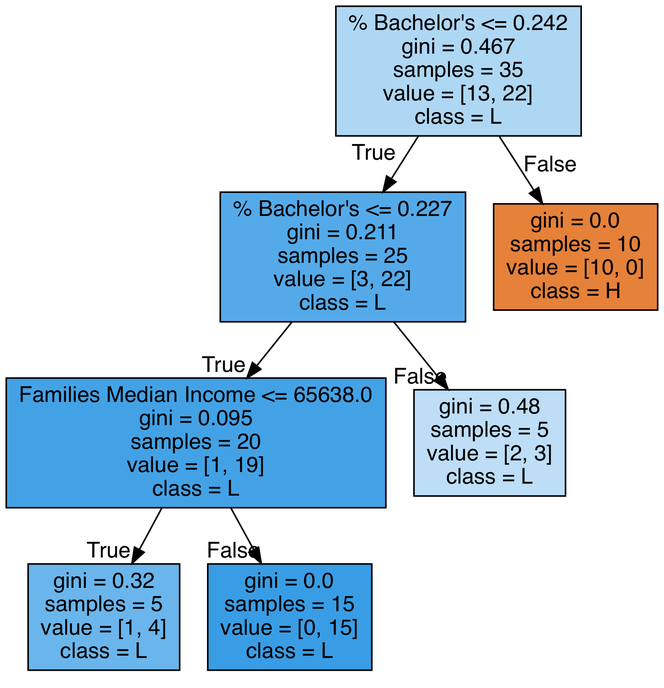
This is tree.png from kiglaze/CovidVaxDecisionTree, a Graphviz export, as it was before one commit. Its source is kept beside it as tree.dot. Its diagram source:
```dot
digraph Tree {
node [shape=box, style="filled", color="black", fontname="helvetica"] ;
edge [fontname="helvetica"] ;
0 [label="% Bachelor's <= 0.242\ngini = 0.467\nsamples = 35\nvalue = [13, 22]\nclass = L", fillcolor="#aed7f4"] ;
1 [label="% Bachelor's <= 0.227\ngini = 0.211\nsamples = 25\nvalue = [3, 22]\nclass = L", fillcolor="#54aae9"] ;
0 -> 1 [labeldistance=2.5, labelangle=45, headlabel="True"] ;
2 [label="Families Median Income <= 65638.0\ngini = 0.095\nsamples = 20\nvalue = [1, 19]\nclass = L", fillcolor="#43a2e6"] ;
1 -> 2 [headlabel="True"];
3 [label="gini = 0.32\nsamples = 5\nvalue = [1, 4]\nclass = L", fillcolor="#6ab6ec"] ;
2 -> 3 [headlabel="True"];
4 [label="gini = 0.0\nsamples = 15\nvalue = [0, 15]\nclass = L", fillcolor="#399de5"] ;
2 -> 4 [headlabel="False"];
5 [label="gini = 0.48\nsamples = 5\nvalue = [2, 3]\nclass = L", fillcolor="#bddef6"] ;
1 -> 5 [headlabel="False"];
6 [label="gini = 0.0\nsamples = 10\nvalue = [10, 0]\nclass = H", fillcolor="#e58139"] ;
0 -> 6 [labeldistance=2.5, labelangle=-45, headlabel="False"] ;
}
```
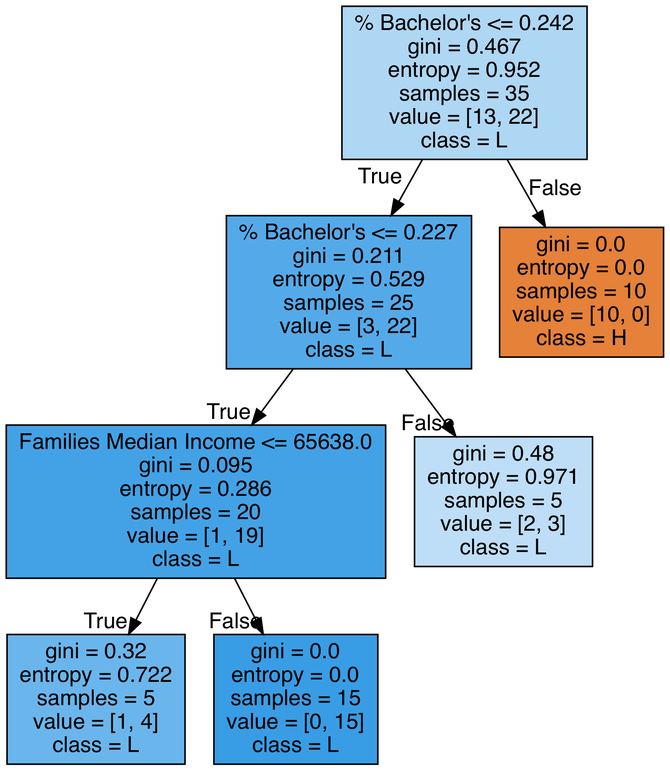
The same diagram one commit later.

Commit message:
included entropy in same decision tree as diagram with gini values.

What changed in the source:
```diff
@@ -1,17 +1,17 @@
 digraph Tree {
 node [shape=box, style="filled", color="black", fontname="helvetica"] ;
 edge [fontname="helvetica"] ;
-0 [label="% Bachelor's <= 0.242\ngini = 0.467\nsamples = 35\nvalue = [13, 22]\nclass = L", fillcolor="#aed7f4"] ;
-1 [label="% Bachelor's <= 0.227\ngini = 0.211\nsamples = 25\nvalue = [3, 22]\nclass = L", fillcolor="#54aae9"] ;
+0 [label="% Bachelor's <= 0.242\ngini = 0.467\nentropy = 0.952\nsamples = 35\nvalue = [13, 22]\nclass = L", fillcolor="#aed7f4"] ;
+1 [label="% Bachelor's <= 0.227\ngini = 0.211\nentropy = 0.529\nsamples = 25\nvalue = [3, 22]\nclass = L", fillcolor="#54aae9"] ;
 0 -> 1 [labeldistance=2.5, labelangle=45, headlabel="True"] ;
-2 [label="Families Median Income <= 65638.0\ngini = 0.095\nsamples = 20\nvalue = [1, 19]\nclass = L", fillcolor="#43a2e6"] ;
+2 [label="Families Median Income <= 65638.0\ngini = 0.095\nentropy = 0.286\nsamples = 20\nvalue = [1, 19]\nclass = L", fillcolor="#43a2e6"] ;
 1 -> 2 [headlabel="True"];
-3 [label="gini = 0.32\nsamples = 5\nvalue = [1, 4]\nclass = L", fillcolor="#6ab6ec"] ;
+3 [label="gini = 0.32\nentropy = 0.722\nsamples = 5\nvalue = [1, 4]\nclass = L", fillcolor="#6ab6ec"] ;
 2 -> 3 [headlabel="True"];
-4 [label="gini = 0.0\nsamples = 15\nvalue = [0, 15]\nclass = L", fillcolor="#399de5"] ;
+4 [label="gini = 0.0\nentropy = 0.0\nsamples = 15\nvalue = [0, 15]\nclass = L", fillcolor="#399de5"] ;
 2 -> 4 [headlabel="False"];
-5 [label="gini = 0.48\nsamples = 5\nvalue = [2, 3]\nclass = L", fillcolor="#bddef6"] ;
+5 [label="gini = 0.48\nentropy = 0.971\nsamples = 5\nvalue = [2, 3]\nclass = L", fillcolor="#bddef6"] ;
 1 -> 5 [headlabel="False"];
-6 [label="gini = 0.0\nsamples = 10\nvalue = [10, 0]\nclass = H", fillcolor="#e58139"] ;
+6 [label="gini = 0.0\nentropy = 0.0\nsamples = 10\nvalue = [10, 0]\nclass = H", fillcolor="#e58139"] ;
 0 -> 6 [labeldistance=2.5, labelangle=-45, headlabel="False"] ;
 }
```
